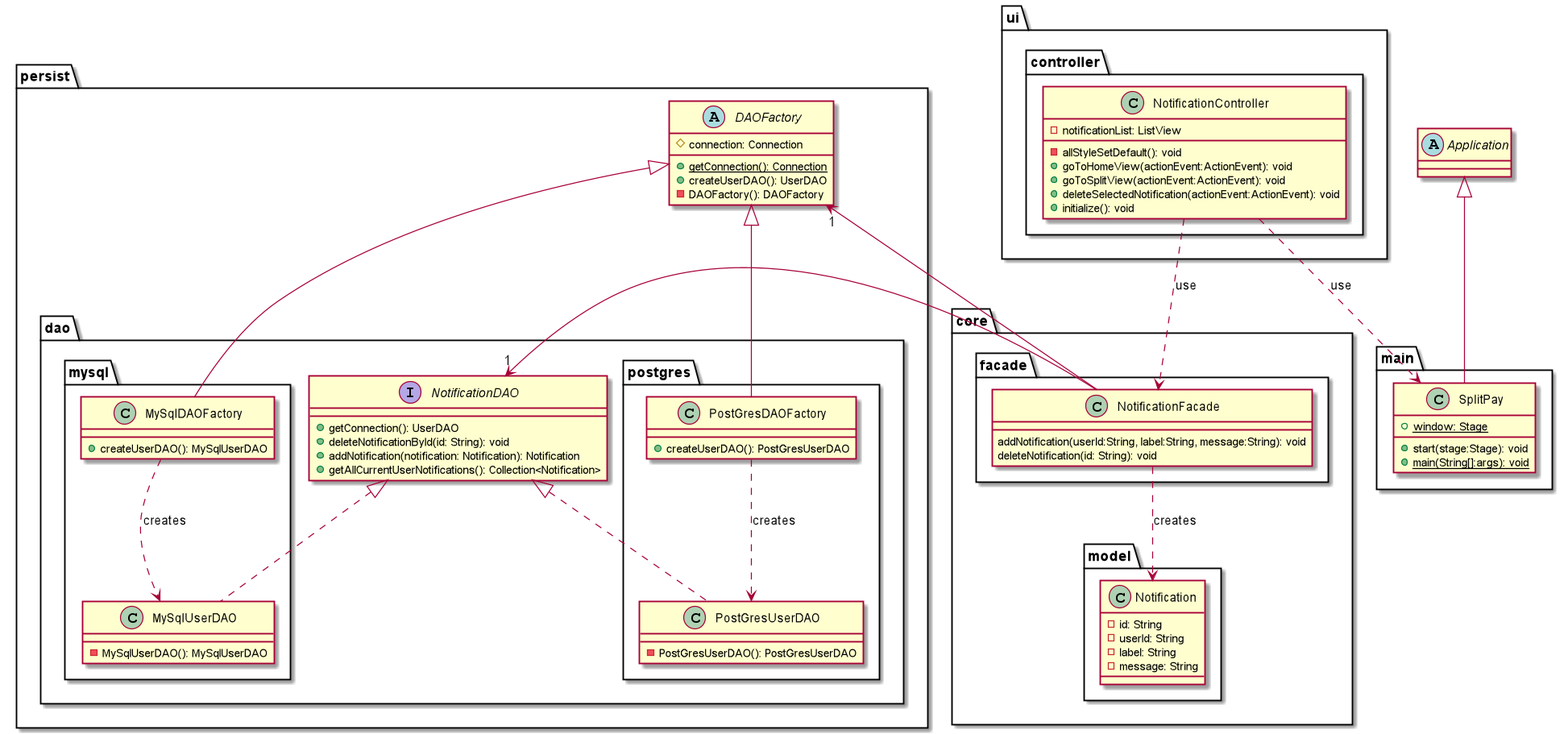
Julien-Wiegandt/SplitPay keeps this PlantUML diagram as documentation/software_design/manage_notifications/manage_notifications_class_diagram.png. Above is the earlier version.
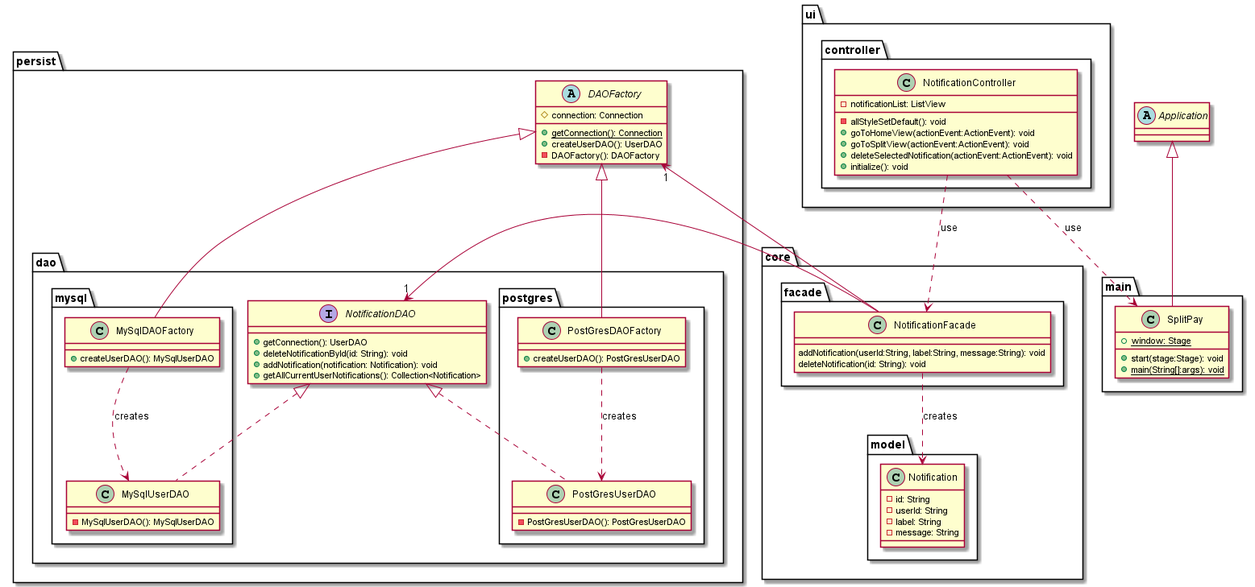
The same file after the commit.

Diff of the diagram source:
```diff
@@ -58,7 +58,7 @@
         interface NotificationDAO{
             +getConnection(): UserDAO
             +deleteNotificationById(id: String): void
-            +addNotification(notification: Notification): Notification
+            +addNotification(notification: Notification): void
             +getAllCurrentUserNotifications(): Collection<Notification>
         }
         package postgres{
```
